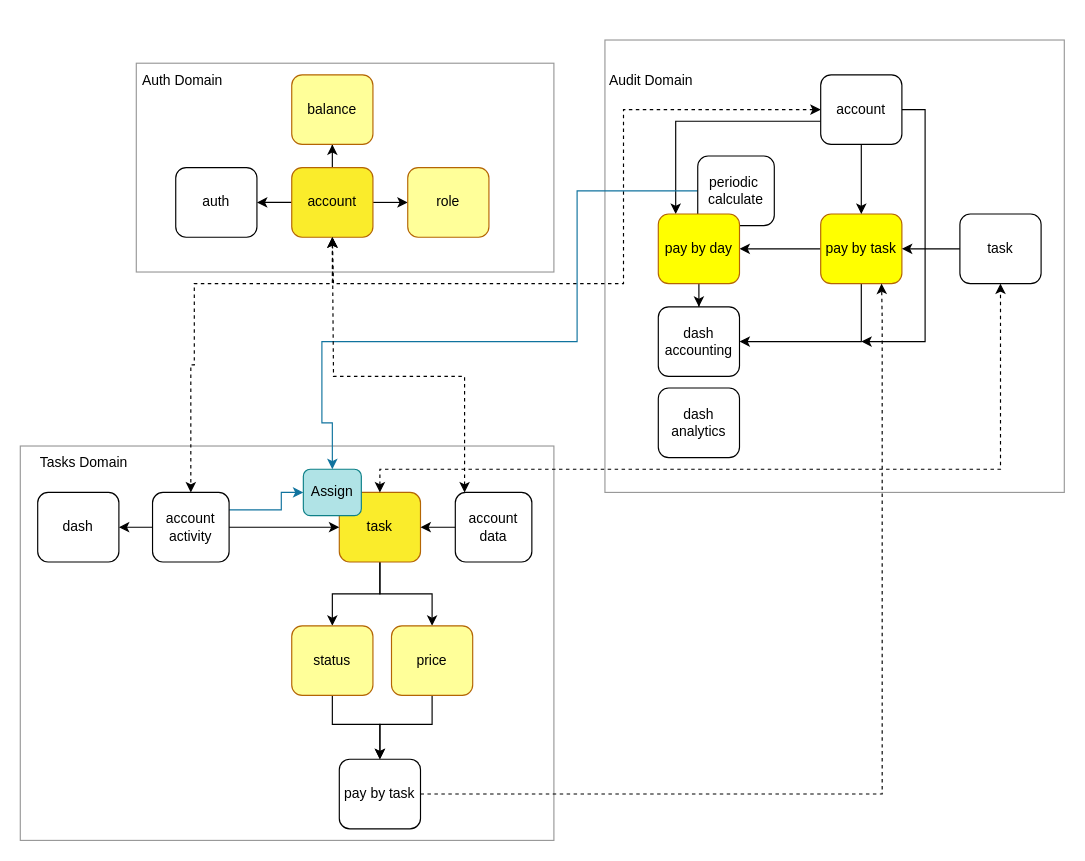
RXcor/async-architect keeps this draw.io diagram as Untitled Diagram.drawio. Above is the earlier version. Source tidied: cells renumbered, new cells numbered last; positions are measured from the earlier drawing's top-left corner, leaving out a move shared by most shapes. Both pictures are drawn from the tidied source at 116%, with x=0, y=0 at pixel (20, 39).
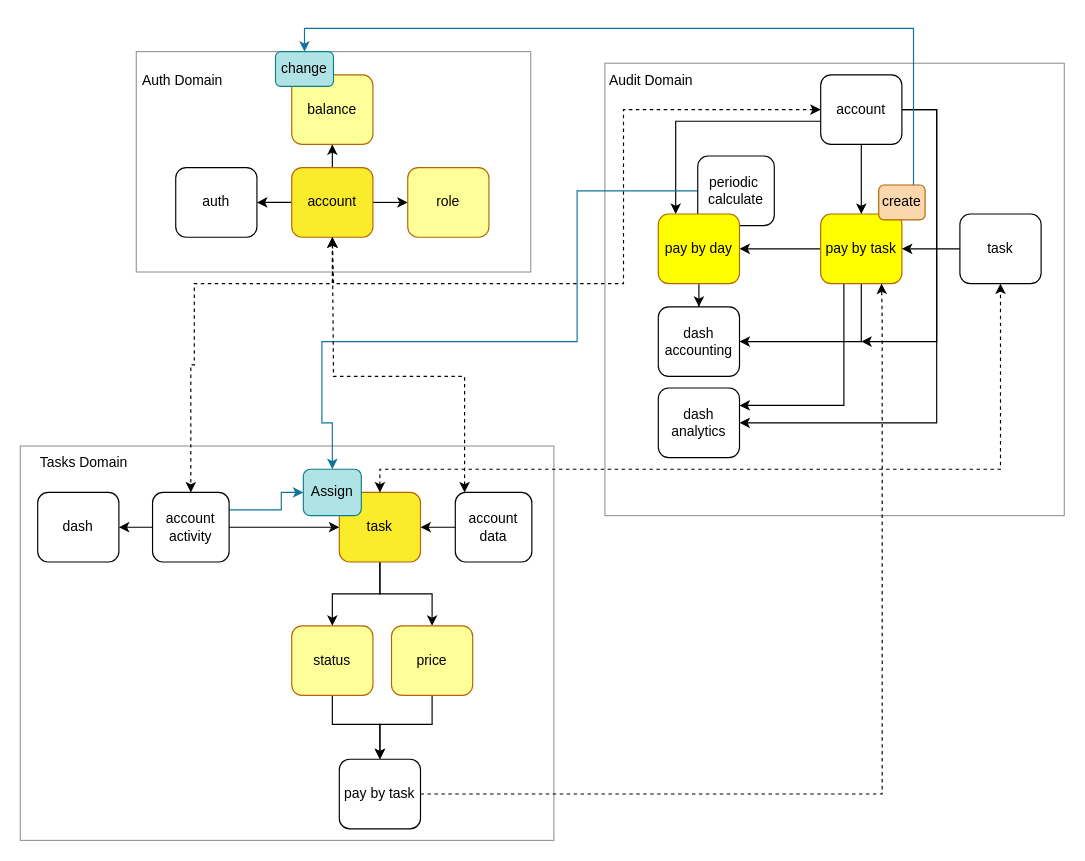
The same page after the edit.

The change refers to these unchanged cells:
```xml
<mxCell id="24" value="pay by task" style="rounded=1;whiteSpace=wrap;html=1;fillColor=#FFFF00;strokeColor=#b46504;" parent="1" vertex="1">
  <mxGeometry x="690" y="150" width="70" height="60" as="geometry" />
</mxCell>
<mxCell id="29" value="account" style="rounded=1;whiteSpace=wrap;html=1;" parent="1" vertex="1">
  <mxGeometry x="690" y="30" width="70" height="60" as="geometry" />
</mxCell>
<mxCell id="51" value="dash&lt;br&gt;analytics" style="rounded=1;whiteSpace=wrap;html=1;" parent="1" vertex="1">
  <mxGeometry x="550" y="300" width="70" height="60" as="geometry" />
</mxCell>
```

The edit, as a diff of the source:
```diff
@@
     <mxCell id="2" style="rounded=0;whiteSpace=wrap;html=1;strokeColor=#999999;" parent="1" vertex="1">
-      <mxGeometry x="100" y="20" width="360" height="180" as="geometry" />
+      <mxGeometry x="100" y="10" width="340" height="190" as="geometry" />
     </mxCell>
@@
     <mxCell id="20" style="rounded=0;whiteSpace=wrap;html=1;strokeColor=#999999;" parent="1" vertex="1">
-      <mxGeometry x="504" width="396" height="390" as="geometry" />
+      <mxGeometry x="504" y="20" width="396" height="390" as="geometry" />
     </mxCell>
@@
+    <mxCell id="52" style="edgeStyle=orthogonalEdgeStyle;rounded=0;jettySize=auto;html=1;entryX=1;entryY=0.25;entryDx=0;entryDy=0;startArrow=none;startFill=0;strokeColor=default;" parent="1" edge="1" source="24" target="51">
+      <mxGeometry relative="1" as="geometry">
+        <Array as="points">
+          <mxPoint x="710" y="315" />
+        </Array>
+      </mxGeometry>
+    </mxCell>
@@
     <mxCell id="28" style="edgeStyle=orthogonalEdgeStyle;rounded=0;jettySize=auto;html=1;startArrow=none;startFill=0;strokeColor=default;" parent="1" edge="1" source="29">
       <mxGeometry relative="1" as="geometry">
         <mxPoint x="725" y="260" as="targetPoint" />
         <Array as="points">
-          <mxPoint x="780" y="60" />
-          <mxPoint x="780" y="260" />
+          <mxPoint x="790" y="60" />
+          <mxPoint x="790" y="260" />
         </Array>
       </mxGeometry>
     </mxCell>
+    <mxCell id="53" style="edgeStyle=orthogonalEdgeStyle;rounded=0;jettySize=auto;html=1;entryX=1;entryY=0.5;entryDx=0;entryDy=0;startArrow=none;startFill=0;strokeColor=default;" parent="1" edge="1" source="29" target="51">
+      <mxGeometry relative="1" as="geometry">
+        <Array as="points">
+          <mxPoint x="790" y="60" />
+          <mxPoint x="790" y="330" />
+        </Array>
+      </mxGeometry>
+    </mxCell>
@@
+    <mxCell id="54" style="edgeStyle=orthogonalEdgeStyle;rounded=0;jettySize=auto;html=1;entryX=0.5;entryY=0;entryDx=0;entryDy=0;startArrow=none;startFill=0;strokeColor=#10739e;fillColor=#b1ddf0;" parent="1" edge="1" source="55" target="56">
+      <mxGeometry relative="1" as="geometry">
+        <Array as="points">
+          <mxPoint x="770" y="-10" />
+          <mxPoint x="245" y="-10" />
+        </Array>
+      </mxGeometry>
+    </mxCell>
+    <mxCell id="55" value="create" style="rounded=1;whiteSpace=wrap;html=1;strokeColor=#b46504;fillColor=#fad7ac;" parent="1" vertex="1">
+      <mxGeometry x="740" y="125" width="40" height="30" as="geometry" />
+    </mxCell>
+    <mxCell id="56" value="change" style="rounded=1;whiteSpace=wrap;html=1;strokeColor=#0e8088;fillColor=#b0e3e6;" parent="1" vertex="1">
+      <mxGeometry x="220" y="10" width="50" height="30" as="geometry" />
+    </mxCell>
```
